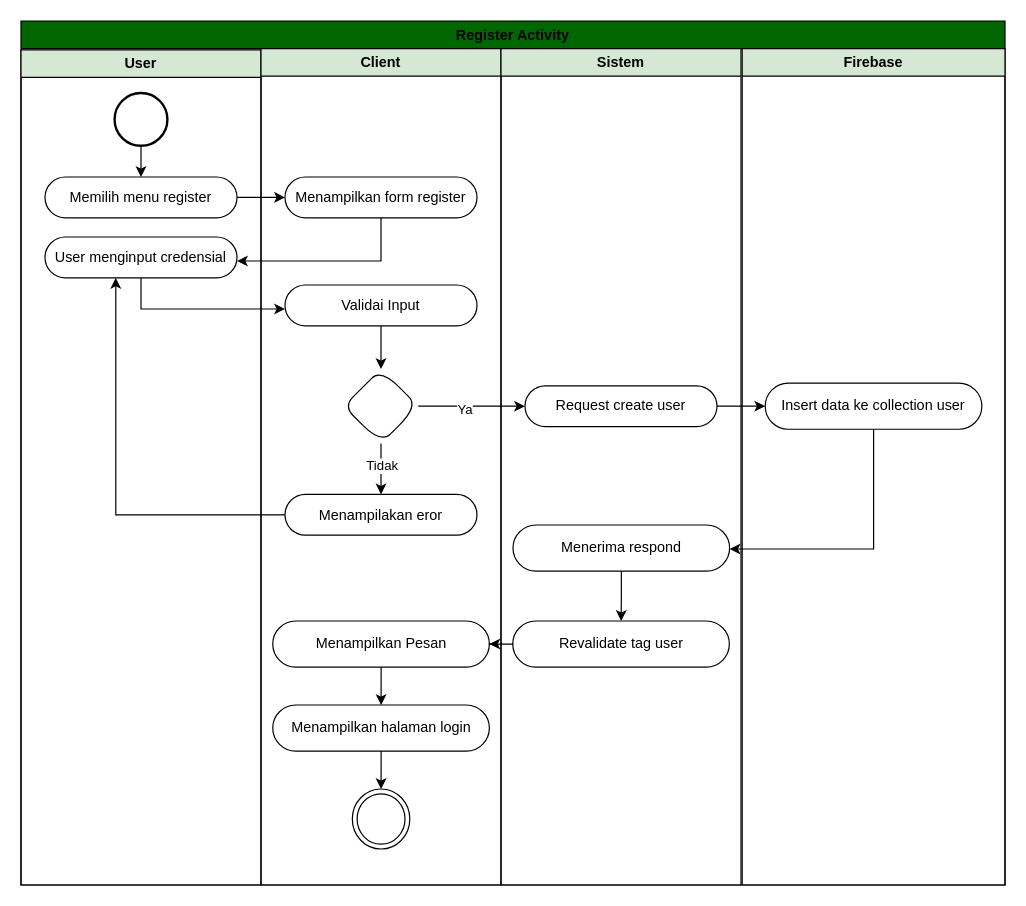
The draw.io diagram page "activity register" (13 of 31) of skrpsian.drawio in ThikerXCX/umltoko, before the edit. Source tidied: cells renumbered, new cells numbered last; positions are measured from the earlier drawing's top-left corner, leaving out a move shared by most shapes. Both pictures are drawn from the tidied source at 120%, with x=0, y=0 at pixel (20, 20).
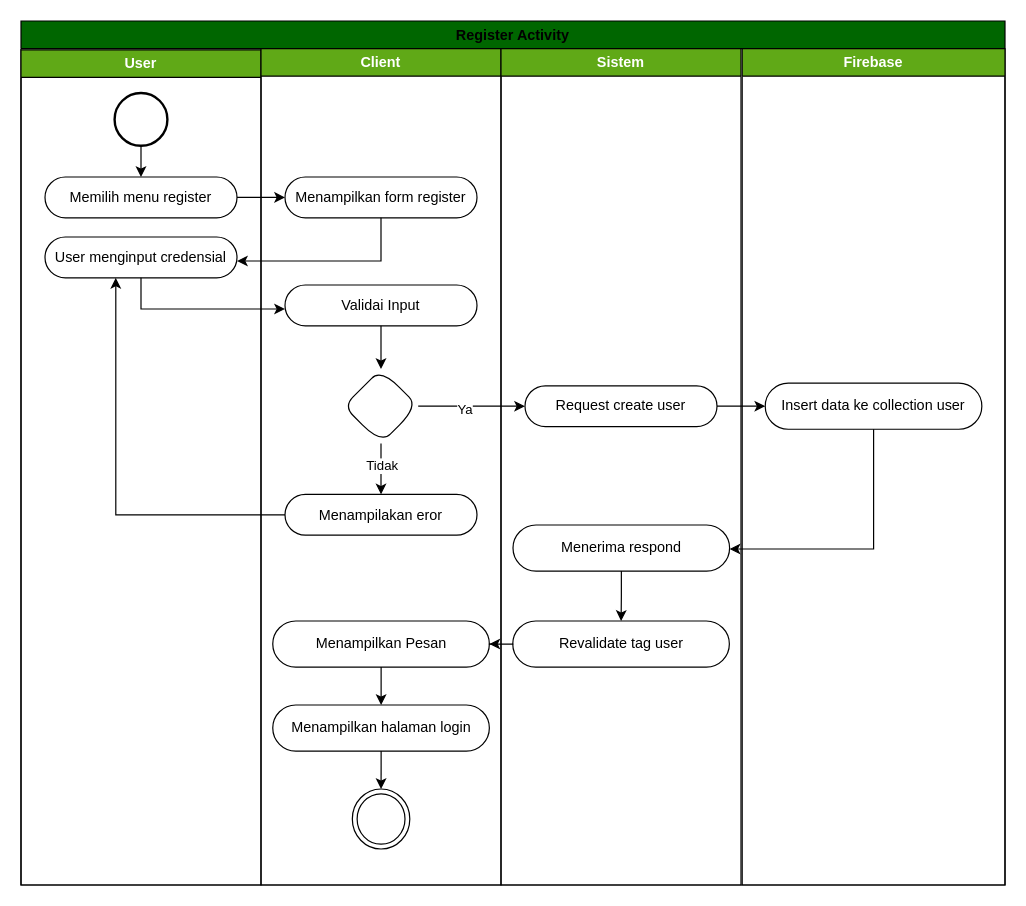
The same diagram, later.

Unchanged cells that the change refers to:
```xml
<mxCell id="2" value="Register Activity" style="swimlane;whiteSpace=wrap;html=1;fillColor=#006600;" parent="1" vertex="1">
  <mxGeometry width="820" height="720" as="geometry" />
</mxCell>
```

The edit, as a diff of the source:
```diff
@@
-    <mxCell id="3" value="User" style="swimlane;whiteSpace=wrap;html=1;fillColor=#d5e8d4;strokeColor=default;" parent="2" vertex="1">
+    <mxCell id="3" value="User" style="swimlane;whiteSpace=wrap;html=1;fillColor=#60a917;strokeColor=#000000;fontColor=#ffffff;" parent="2" vertex="1">
       <mxGeometry y="24" width="200" height="696" as="geometry" />
     </mxCell>
@@
-    <mxCell id="8" value="Client" style="swimlane;whiteSpace=wrap;html=1;fillColor=#d5e8d4;startSize=23;strokeColor=default;" parent="2" vertex="1">
+    <mxCell id="8" value="Client" style="swimlane;whiteSpace=wrap;html=1;fillColor=#60a917;startSize=23;strokeColor=#000000;fontColor=#ffffff;" parent="2" vertex="1">
       <mxGeometry x="200" y="23" width="200" height="697" as="geometry" />
     </mxCell>
@@
-    <mxCell id="31" value="Sistem" style="swimlane;whiteSpace=wrap;html=1;fillColor=#d5e8d4;startSize=23;strokeColor=#000000;" parent="2" vertex="1">
+    <mxCell id="31" value="Sistem" style="swimlane;whiteSpace=wrap;html=1;fillColor=#60a917;startSize=23;strokeColor=#000000;fontColor=#ffffff;" parent="2" vertex="1">
       <mxGeometry x="400" y="23" width="200" height="697" as="geometry" />
     </mxCell>
@@
-    <mxCell id="36" value="Firebase" style="swimlane;whiteSpace=wrap;html=1;fillColor=#d5e8d4;strokeColor=default;" parent="2" vertex="1">
+    <mxCell id="36" value="Firebase" style="swimlane;whiteSpace=wrap;html=1;fillColor=#60a917;strokeColor=#000000;fontColor=#ffffff;" parent="2" vertex="1">
       <mxGeometry x="601" y="23" width="219" height="697" as="geometry" />
     </mxCell>
```
